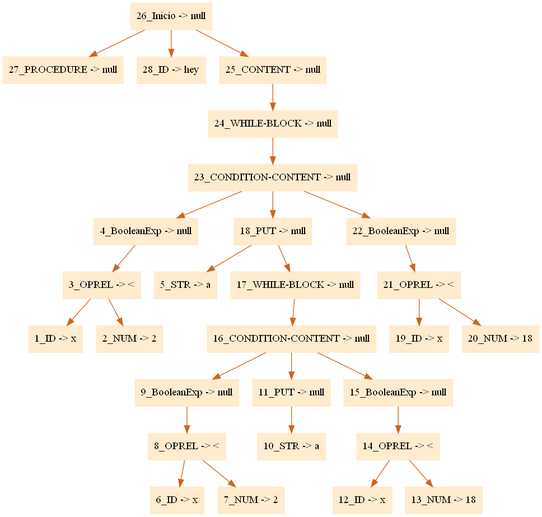
Earlier version of the Graphviz export CompiladorAda/arbol.png (FranciscoPagoaga/Ada95-Compiler). Its source is kept beside it as CompiladorAda/arbol.dot.
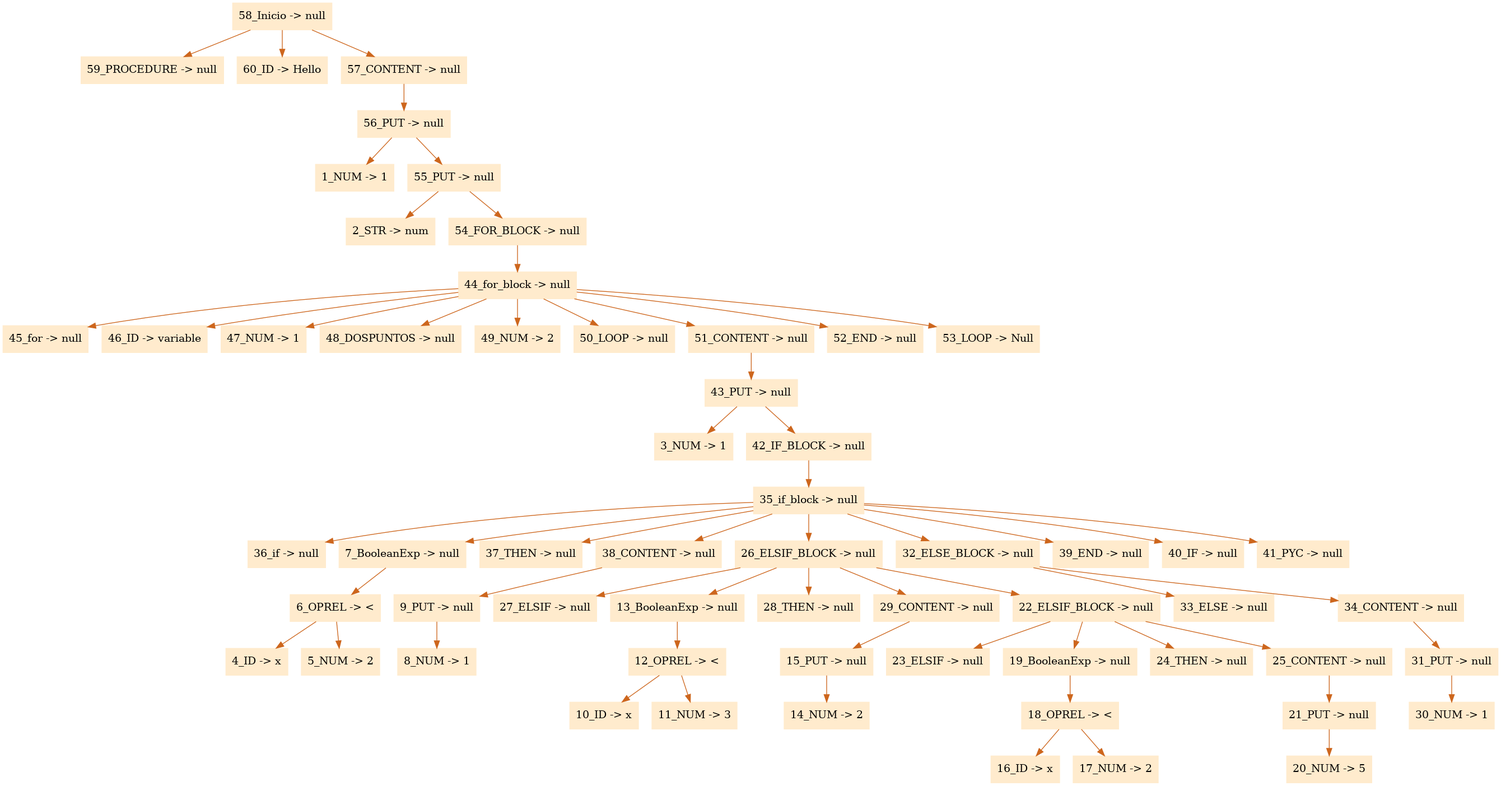
The same file after the commit.

Change to the diagram source:
```diff
@@ -1,32 +1,64 @@
 digraph G {node[shape=box, style=filled, color=blanchedalmond]; edge[color=chocolate3];rankdir=UD
 
-"26_Inicio -> null"->"27_PROCEDURE -> null"
-"26_Inicio -> null"->"28_ID -> hey"
-"26_Inicio -> null"->"25_CONTENT -> null"
-"25_CONTENT -> null"->"24_WHILE-BLOCK -> null"
-"24_WHILE-BLOCK -> null"->"23_CONDITION-CONTENT -> null"
-"23_CONDITION-CONTENT -> null"->"4_BooleanExp -> null"
-"4_BooleanExp -> null"->"3_OPREL -> <"
-"3_OPREL -> <"->"1_ID -> x"
-"3_OPREL -> <"->"2_NUM -> 2"
-"23_CONDITION-CONTENT -> null"->"18_PUT -> null"
-"18_PUT -> null"->"5_STR -> a"
-"18_PUT -> null"->"17_WHILE-BLOCK -> null"
-"17_WHILE-BLOCK -> null"->"16_CONDITION-CONTENT -> null"
-"16_CONDITION-CONTENT -> null"->"9_BooleanExp -> null"
-"9_BooleanExp -> null"->"8_OPREL -> <"
-"8_OPREL -> <"->"6_ID -> x"
-"8_OPREL -> <"->"7_NUM -> 2"
-"16_CONDITION-CONTENT -> null"->"11_PUT -> null"
-"11_PUT -> null"->"10_STR -> a"
-"16_CONDITION-CONTENT -> null"->"15_BooleanExp -> null"
-"15_BooleanExp -> null"->"14_OPREL -> <"
-"14_OPREL -> <"->"12_ID -> x"
-"14_OPREL -> <"->"13_NUM -> 18"
-"23_CONDITION-CONTENT -> null"->"22_BooleanExp -> null"
-"22_BooleanExp -> null"->"21_OPREL -> <"
-"21_OPREL -> <"->"19_ID -> x"
-"21_OPREL -> <"->"20_NUM -> 18"
+"58_Inicio -> null"->"59_PROCEDURE -> null"
+"58_Inicio -> null"->"60_ID -> Hello"
+"58_Inicio -> null"->"57_CONTENT -> null"
+"57_CONTENT -> null"->"56_PUT -> null"
+"56_PUT -> null"->"1_NUM -> 1"
+"56_PUT -> null"->"55_PUT -> null"
+"55_PUT -> null"->"2_STR -> num"
+"55_PUT -> null"->"54_FOR_BLOCK -> null"
+"54_FOR_BLOCK -> null"->"44_for_block -> null"
+"44_for_block -> null"->"45_for -> null"
+"44_for_block -> null"->"46_ID -> variable"
+"44_for_block -> null"->"47_NUM -> 1"
+"44_for_block -> null"->"48_DOSPUNTOS -> null"
+"44_for_block -> null"->"49_NUM -> 2"
+"44_for_block -> null"->"50_LOOP -> null"
+"44_for_block -> null"->"51_CONTENT -> null"
+"51_CONTENT -> null"->"43_PUT -> null"
+"43_PUT -> null"->"3_NUM -> 1"
+"43_PUT -> null"->"42_IF_BLOCK -> null"
+"42_IF_BLOCK -> null"->"35_if_block -> null"
+"35_if_block -> null"->"36_if -> null"
+"35_if_block -> null"->"7_BooleanExp -> null"
+"7_BooleanExp -> null"->"6_OPREL -> <"
+"6_OPREL -> <"->"4_ID -> x"
+"6_OPREL -> <"->"5_NUM -> 2"
+"35_if_block -> null"->"37_THEN -> null"
+"35_if_block -> null"->"38_CONTENT -> null"
+"38_CONTENT -> null"->"9_PUT -> null"
+"9_PUT -> null"->"8_NUM -> 1"
+"35_if_block -> null"->"26_ELSIF_BLOCK -> null"
+"26_ELSIF_BLOCK -> null"->"27_ELSIF -> null"
+"26_ELSIF_BLOCK -> null"->"13_BooleanExp -> null"
+"13_BooleanExp -> null"->"12_OPREL -> <"
+"12_OPREL -> <"->"10_ID -> x"
+"12_OPREL -> <"->"11_NUM -> 3"
+"26_ELSIF_BLOCK -> null"->"28_THEN -> null"
+"26_ELSIF_BLOCK -> null"->"29_CONTENT -> null"
+"29_CONTENT -> null"->"15_PUT -> null"
+"15_PUT -> null"->"14_NUM -> 2"
+"26_ELSIF_BLOCK -> null"->"22_ELSIF_BLOCK -> null"
+"22_ELSIF_BLOCK -> null"->"23_ELSIF -> null"
+"22_ELSIF_BLOCK -> null"->"19_BooleanExp -> null"
+"19_BooleanExp -> null"->"18_OPREL -> <"
+"18_OPREL -> <"->"16_ID -> x"
+"18_OPREL -> <"->"17_NUM -> 2"
+"22_ELSIF_BLOCK -> null"->"24_THEN -> null"
+"22_ELSIF_BLOCK -> null"->"25_CONTENT -> null"
+"25_CONTENT -> null"->"21_PUT -> null"
+"21_PUT -> null"->"20_NUM -> 5"
+"35_if_block -> null"->"32_ELSE_BLOCK -> null"
+"32_ELSE_BLOCK -> null"->"33_ELSE -> null"
+"32_ELSE_BLOCK -> null"->"34_CONTENT -> null"
+"34_CONTENT -> null"->"31_PUT -> null"
+"31_PUT -> null"->"30_NUM -> 1"
+"35_if_block -> null"->"39_END -> null"
+"35_if_block -> null"->"40_IF -> null"
+"35_if_block -> null"->"41_PYC -> null"
+"44_for_block -> null"->"52_END -> null"
+"44_for_block -> null"->"53_LOOP -> Null"
 
 
 }
```
